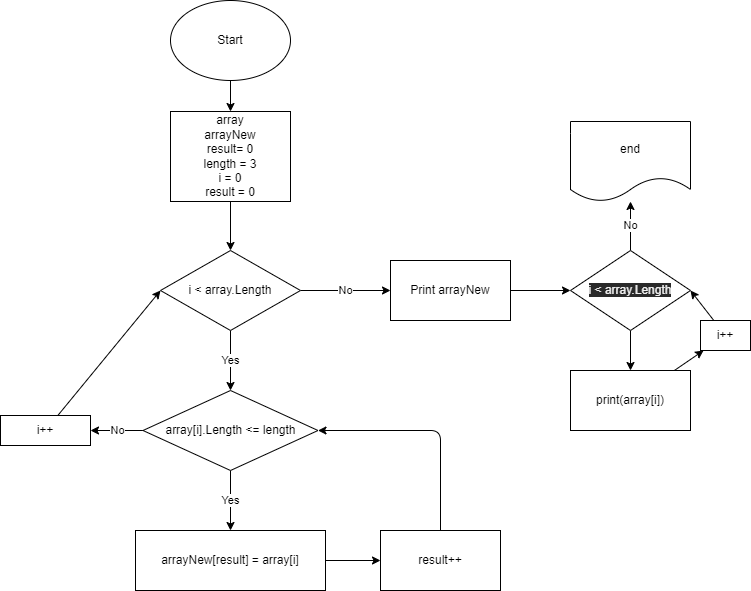
Before: Homework/finalTest/.drawio.png, a diagram exported from draw.io (Ane4kaErm/Homework). Source tidied: cells renumbered, new cells last; positions are measured from the earlier drawing's top-left corner, leaving out a move shared by most shapes.
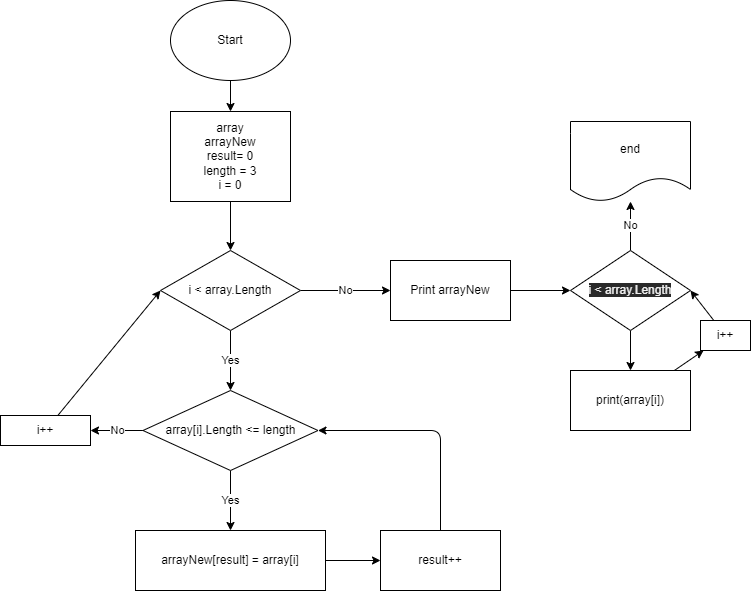
After the change.

The edit, as a diff of the source:
```diff
@@ -13,7 +13,7 @@
     <mxCell id="4" style="edgeStyle=none;html=1;" parent="1" edge="1" source="5" target="8">
       <mxGeometry relative="1" as="geometry" />
     </mxCell>
-    <mxCell id="5" value="array&lt;br&gt;arrayNew&lt;br&gt;result= 0&lt;br&gt;length = 3&lt;br&gt;i = 0&lt;br&gt;result = 0" style="whiteSpace=wrap;html=1;" parent="1" vertex="1">
+    <mxCell id="5" value="array&lt;br&gt;arrayNew&lt;br&gt;result= 0&lt;br&gt;length = 3&lt;br&gt;i = 0" style="whiteSpace=wrap;html=1;" parent="1" vertex="1">
       <mxGeometry x="170" y="111" width="120" height="90" as="geometry" />
     </mxCell>
     <mxCell id="6" value="Yes" style="edgeStyle=none;html=1;" parent="1" edge="1" source="8" target="11">
```
